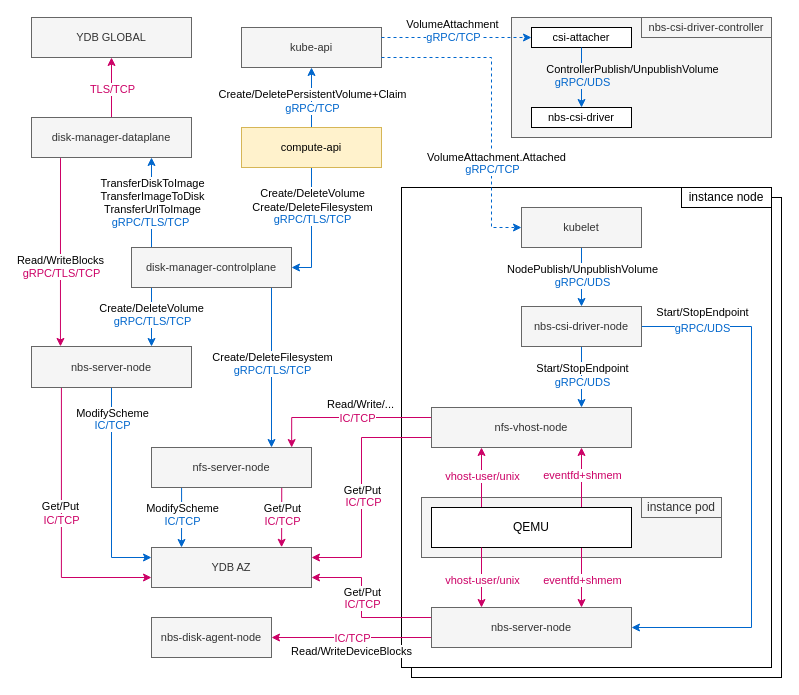
ydb-platform/nbs keeps this draw.io diagram as doc/k8s/kubevirt.drawio. Above is the earlier version. Source tidied: cells renumbered, new cells numbered last; positions are measured from the earlier drawing's top-left corner, leaving out a move shared by most shapes. Both pictures are drawn from the tidied source at 100%, with x=0, y=0 at pixel (31, 17).
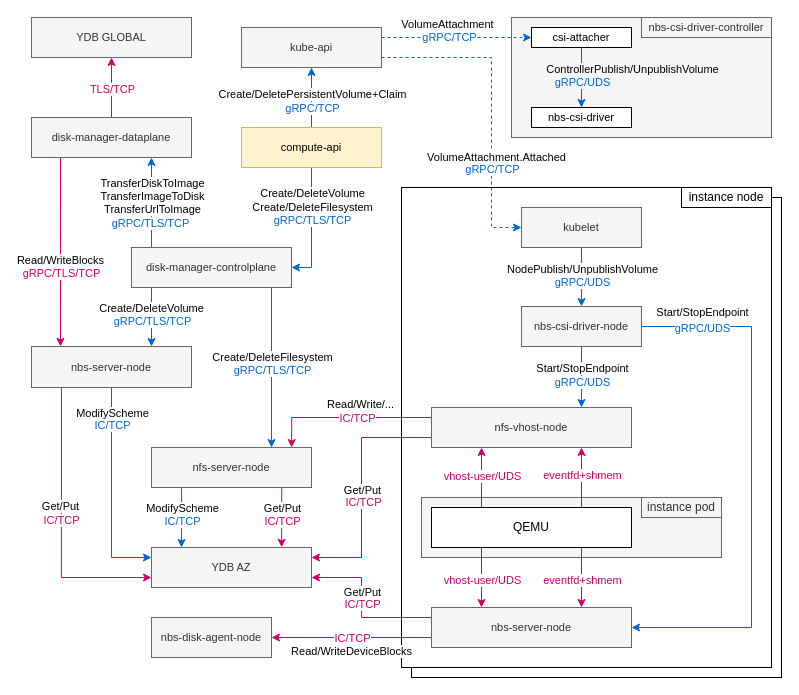
After the change.

Commit message (it also covers changes not shown here):
unix -> UDS

Unchanged cells that the change refers to:
```xml
<mxCell id="34" style="edgeStyle=orthogonalEdgeStyle;rounded=0;jettySize=auto;html=1;entryX=1;entryY=0.5;entryDx=0;entryDy=0;strokeColor=#0066CC;exitX=0.5;exitY=1;exitDx=0;exitDy=0;" parent="1" edge="1" source="94" target="46">
  <mxGeometry relative="1" as="geometry" />
</mxCell>
<mxCell id="40" style="edgeStyle=orthogonalEdgeStyle;rounded=0;jettySize=auto;html=1;entryX=0.75;entryY=1;entryDx=0;entryDy=0;strokeColor=#0066CC;exitX=0.125;exitY=-0.001;exitDx=0;exitDy=0;exitPerimeter=0;" parent="1" edge="1" source="46" target="52">
  <mxGeometry relative="1" as="geometry" />
</mxCell>
<mxCell id="60" style="edgeStyle=orthogonalEdgeStyle;rounded=0;jettySize=auto;html=1;entryX=0.25;entryY=0;entryDx=0;entryDy=0;strokeColor=#CC0066;exitX=0.25;exitY=1;exitDx=0;exitDy=0;" parent="1" edge="1" source="59" target="62">
  <mxGeometry relative="1" as="geometry" />
</mxCell>
<mxCell id="84" style="edgeStyle=orthogonalEdgeStyle;rounded=0;jettySize=auto;html=1;exitX=1;exitY=0.25;exitDx=0;exitDy=0;strokeColor=#0066CC;dashed=1;entryX=0;entryY=0.5;entryDx=0;entryDy=0;" parent="1" edge="1" source="80" target="89">
  <mxGeometry relative="1" as="geometry" />
</mxCell>
```

What changed in the source:
```diff
@@
     <mxCell id="36" value="gRPC/TLS/TCP" style="edgeLabel;html=1;align=center;verticalAlign=middle;fontColor=#0066CC;" parent="34" vertex="1">
       <mxGeometry x="0.29" y="-2" relative="1" as="geometry">
-        <mxPoint x="2" y="-26" as="offset" />
+        <mxPoint x="2" y="-25" as="offset" />
       </mxGeometry>
     </mxCell>
@@
     <mxCell id="41" value="gRPC/TLS/TCP" style="edgeLabel;html=1;align=center;verticalAlign=middle;fontColor=#0066CC;" parent="40" vertex="1">
       <mxGeometry x="-0.32" y="2" relative="1" as="geometry">
-        <mxPoint y="6" as="offset" />
+        <mxPoint y="7" as="offset" />
       </mxGeometry>
     </mxCell>
@@
-    <mxCell id="61" value="&lt;font color=&quot;#cc0066&quot;&gt;vhost-user/unix&lt;/font&gt;" style="edgeLabel;html=1;align=center;verticalAlign=middle;" parent="60" vertex="1">
+    <mxCell id="61" value="&lt;font color=&quot;#cc0066&quot;&gt;vhost-user/UDS&lt;/font&gt;" style="edgeLabel;html=1;align=center;verticalAlign=middle;" parent="60" vertex="1">
       <mxGeometry x="-0.16" y="-1" relative="1" as="geometry">
         <mxPoint x="1" y="7" as="offset" />
       </mxGeometry>
     </mxCell>
@@
-    <mxCell id="71" value="&lt;font color=&quot;#cc0066&quot;&gt;vhost-user/unix&lt;/font&gt;" style="edgeLabel;html=1;align=center;verticalAlign=middle;" parent="1" vertex="1">
+    <mxCell id="71" value="&lt;font color=&quot;#cc0066&quot;&gt;vhost-user/UDS&lt;/font&gt;" style="edgeLabel;html=1;align=center;verticalAlign=middle;" parent="1" vertex="1">
       <mxGeometry x="450" y="458" as="geometry" />
     </mxCell>
@@
     <mxCell id="85" value="gRPC/TCP" style="edgeLabel;html=1;align=center;verticalAlign=middle;labelBackgroundColor=#FFFFFF;fontColor=#0066CC;" parent="84" vertex="1">
-      <mxGeometry x="-0.06" y="1" relative="1" as="geometry" />
+      <mxGeometry x="-0.06" y="1" relative="1" as="geometry">
+        <mxPoint x="-4" as="offset" />
+      </mxGeometry>
     </mxCell>
     <mxCell id="86" value="VolumeAttachment" style="edgeLabel;html=1;align=center;verticalAlign=middle;" parent="84" vertex="1">
       <mxGeometry x="-0.46" relative="1" as="geometry">
-        <mxPoint x="29" y="-14" as="offset" />
+        <mxPoint x="24" y="-14" as="offset" />
       </mxGeometry>
     </mxCell>
```
